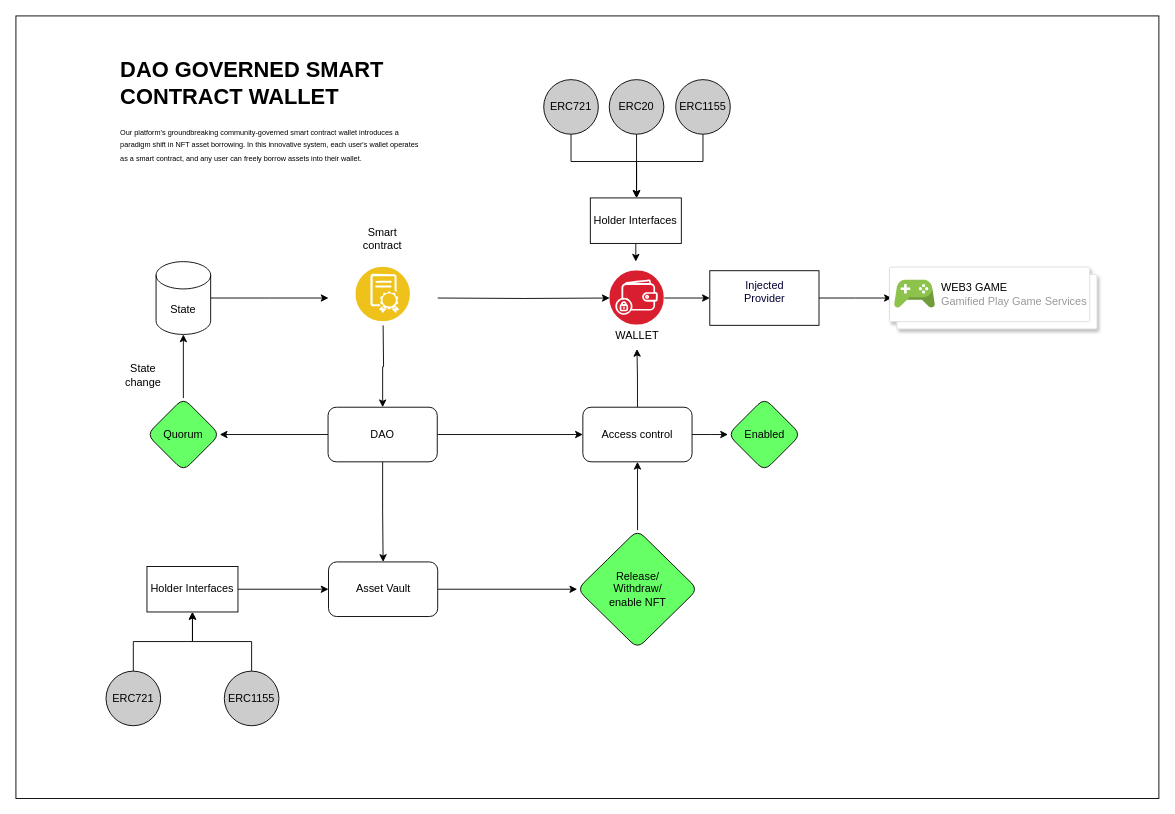
ali-05-ahmed/Concept-Diagrams keeps this draw.io diagram as DAOwallet.drawio. Above is the earlier version. Source tidied: cells renumbered, new cells numbered last; positions are measured from the earlier drawing's top-left corner, leaving out a move shared by most shapes. Both pictures are drawn from the tidied source at 91%, with x=0, y=0 at pixel (15, 15).
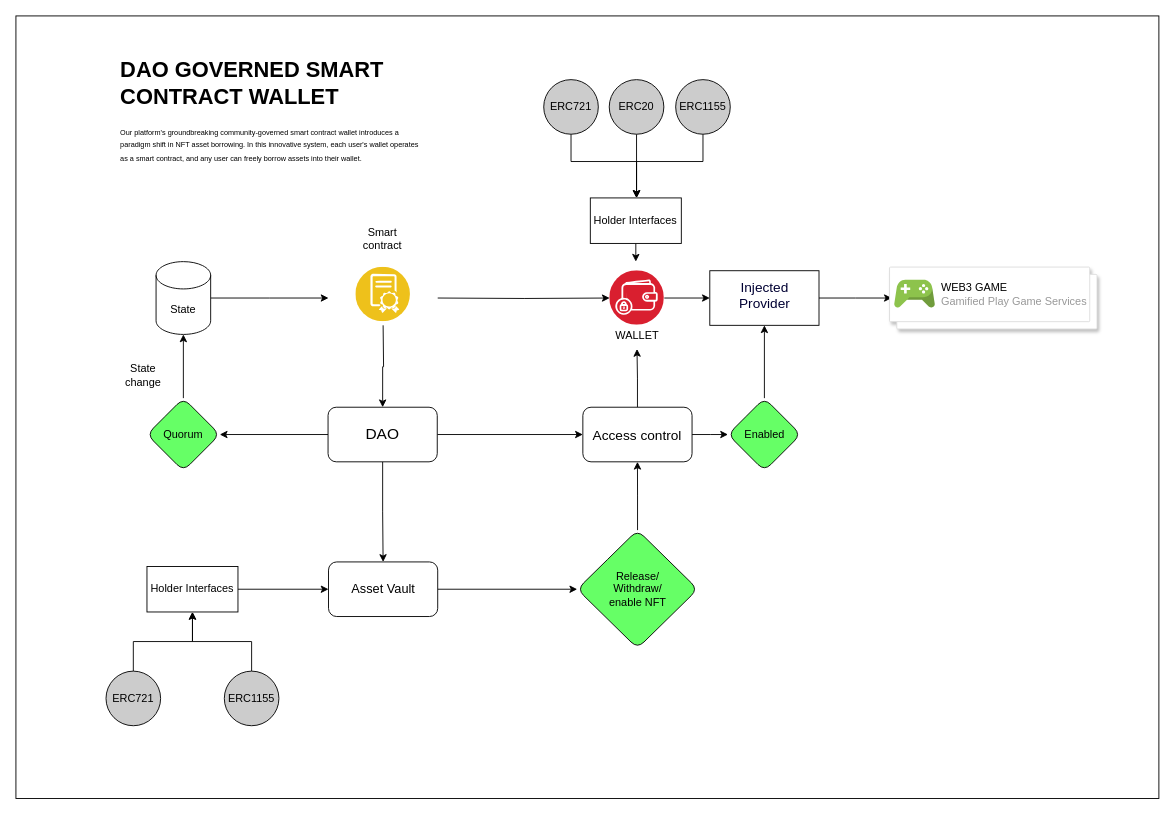
The same page after the edit.

Unchanged cells that the change refers to:
```xml
<mxCell id="45" value="Enabled" style="rhombus;whiteSpace=wrap;html=1;rounded=1;fillColor=#66FF66;" parent="1" vertex="1">
  <mxGeometry x="782.5" y="420" width="80" height="80" as="geometry" />
</mxCell>
```

Change to the diagram source:
```diff
@@
-    <mxCell id="6" value="DAO" style="rounded=1;whiteSpace=wrap;html=1;" parent="1" vertex="1">
+    <mxCell id="6" value="&lt;font style=&quot;font-size: 17px;&quot;&gt;DAO&lt;/font&gt;" style="rounded=1;whiteSpace=wrap;html=1;" parent="1" vertex="1">
       <mxGeometry x="343" y="430" width="120" height="60" as="geometry" />
     </mxCell>
@@
-    <mxCell id="9" value="Access control" style="rounded=1;whiteSpace=wrap;html=1;" parent="1" vertex="1">
+    <mxCell id="9" value="&lt;font style=&quot;font-size: 15px;&quot;&gt;Access control&lt;/font&gt;" style="rounded=1;whiteSpace=wrap;html=1;" parent="1" vertex="1">
       <mxGeometry x="623" y="430" width="120" height="60" as="geometry" />
     </mxCell>
@@
-    <mxCell id="11" value="Asset Vault" style="rounded=1;whiteSpace=wrap;html=1;" parent="1" vertex="1">
+    <mxCell id="11" value="&lt;font style=&quot;font-size: 14px;&quot;&gt;Asset Vault&lt;/font&gt;" style="rounded=1;whiteSpace=wrap;html=1;" parent="1" vertex="1">
       <mxGeometry x="343.5" y="600" width="120" height="60" as="geometry" />
     </mxCell>
@@
-    <mxCell id="35" value="&lt;font color=&quot;#000033&quot;&gt;Injected&lt;br&gt;Provider&lt;/font&gt;" style="whiteSpace=wrap;html=1;verticalAlign=top;fontColor=#4277BB;labelBackgroundColor=default;shadow=0;dashed=0;spacingTop=3;" parent="1" vertex="1">
+    <mxCell id="35" value="&lt;font style=&quot;font-size: 15px;&quot; color=&quot;#000033&quot;&gt;Injected&lt;br&gt;Provider&lt;/font&gt;" style="whiteSpace=wrap;html=1;verticalAlign=top;fontColor=#4277BB;labelBackgroundColor=default;shadow=0;dashed=0;spacingTop=3;" parent="1" vertex="1">
       <mxGeometry x="762.5" y="280" width="120" height="60" as="geometry" />
     </mxCell>
@@
+    <mxCell id="46" style="edgeStyle=orthogonalEdgeStyle;rounded=0;jettySize=auto;html=1;" parent="1" edge="1" source="45" target="35">
+      <mxGeometry relative="1" as="geometry" />
+    </mxCell>
```
